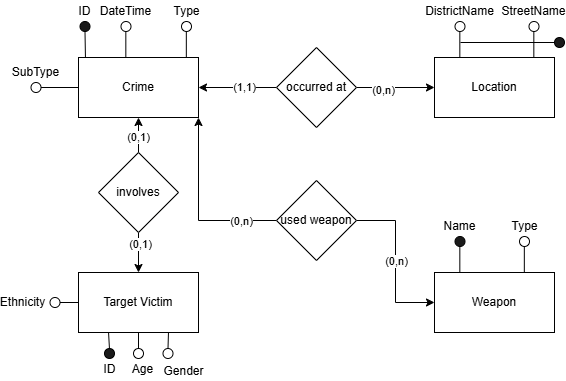
Earlier version of the draw.io export schema/adm.png (Emulars/adm-project). Source tidied: cells renumbered, new cells last; positions are measured from the earlier drawing's top-left corner, leaving out a move shared by most shapes. The source it was exported from:
```xml
<mxGraphModel>
  <root>
    <mxCell id="0" />
    <mxCell id="1" parent="0" />
    <mxCell id="2" value="Crime" style="rounded=0;whiteSpace=wrap;html=1;" parent="1" vertex="1">
      <mxGeometry x="76" y="57" width="120" height="60" as="geometry" />
    </mxCell>
    <mxCell id="3" value="Target Victim" style="rounded=0;whiteSpace=wrap;html=1;" parent="1" vertex="1">
      <mxGeometry x="76" y="272" width="120" height="60" as="geometry" />
    </mxCell>
    <mxCell id="4" value="Location" style="rounded=0;whiteSpace=wrap;html=1;" parent="1" vertex="1">
      <mxGeometry x="432" y="57" width="120" height="60" as="geometry" />
    </mxCell>
    <mxCell id="5" style="ellipse;whiteSpace=wrap;html=1;fillStyle=solid;fillColor=#1A1A1A;" parent="1" vertex="1">
      <mxGeometry x="77.5" y="21" width="10" height="10" as="geometry" />
    </mxCell>
    <mxCell id="6" value="ID" style="text;html=1;align=center;verticalAlign=middle;whiteSpace=wrap;rounded=0;" parent="1" vertex="1">
      <mxGeometry x="62" width="41" height="21" as="geometry" />
    </mxCell>
    <mxCell id="7" style="ellipse;whiteSpace=wrap;html=1;" parent="1" vertex="1">
      <mxGeometry x="118.5" y="21" width="10" height="10" as="geometry" />
    </mxCell>
    <mxCell id="8" value="DateTime" style="text;html=1;align=center;verticalAlign=middle;whiteSpace=wrap;rounded=0;" parent="1" vertex="1">
      <mxGeometry x="103" width="41" height="21" as="geometry" />
    </mxCell>
    <mxCell id="9" style="ellipse;whiteSpace=wrap;html=1;" parent="1" vertex="1">
      <mxGeometry x="179" y="21" width="10" height="10" as="geometry" />
    </mxCell>
    <mxCell id="10" value="Type" style="text;html=1;align=center;verticalAlign=middle;whiteSpace=wrap;rounded=0;" parent="1" vertex="1">
      <mxGeometry x="163.5" width="41" height="21" as="geometry" />
    </mxCell>
    <mxCell id="11" style="ellipse;whiteSpace=wrap;html=1;" parent="1" vertex="1">
      <mxGeometry x="28.5" y="82" width="10" height="10" as="geometry" />
    </mxCell>
    <mxCell id="12" value="SubType" style="text;html=1;align=center;verticalAlign=middle;whiteSpace=wrap;rounded=0;" parent="1" vertex="1">
      <mxGeometry x="13" y="61" width="41" height="21" as="geometry" />
    </mxCell>
    <mxCell id="13" value="Weapon" style="rounded=0;whiteSpace=wrap;html=1;" parent="1" vertex="1">
      <mxGeometry x="432" y="272" width="120" height="60" as="geometry" />
    </mxCell>
    <mxCell id="14" style="endArrow=none;html=1;rounded=0;entryX=0.5;entryY=1;entryDx=0;entryDy=0;exitX=0.058;exitY=0;exitDx=0;exitDy=0;exitPerimeter=0;" parent="1" edge="1" source="2" target="5">
      <mxGeometry relative="1" as="geometry" />
    </mxCell>
    <mxCell id="15" style="endArrow=none;html=1;rounded=0;entryX=0.5;entryY=1;entryDx=0;entryDy=0;exitX=0.058;exitY=0;exitDx=0;exitDy=0;exitPerimeter=0;" parent="1" edge="1">
      <mxGeometry relative="1" as="geometry">
        <mxPoint x="123.3" y="57" as="sourcePoint" />
        <mxPoint x="123.3" y="31" as="targetPoint" />
      </mxGeometry>
    </mxCell>
    <mxCell id="16" style="endArrow=none;html=1;rounded=0;entryX=0.5;entryY=1;entryDx=0;entryDy=0;exitX=0.058;exitY=0;exitDx=0;exitDy=0;exitPerimeter=0;" parent="1" edge="1">
      <mxGeometry relative="1" as="geometry">
        <mxPoint x="183.8" y="57" as="sourcePoint" />
        <mxPoint x="183.8" y="31" as="targetPoint" />
      </mxGeometry>
    </mxCell>
    <mxCell id="17" style="endArrow=none;html=1;rounded=0;exitX=0;exitY=0.5;exitDx=0;exitDy=0;entryX=1;entryY=0.5;entryDx=0;entryDy=0;" parent="1" edge="1" source="2" target="11">
      <mxGeometry relative="1" as="geometry" />
    </mxCell>
    <mxCell id="18" style="ellipse;whiteSpace=wrap;html=1;" parent="1" vertex="1">
      <mxGeometry x="517" y="236" width="10" height="10" as="geometry" />
    </mxCell>
    <mxCell id="19" value="Type" style="text;html=1;align=center;verticalAlign=middle;whiteSpace=wrap;rounded=0;" parent="1" vertex="1">
      <mxGeometry x="501.5" y="215" width="41" height="21" as="geometry" />
    </mxCell>
    <mxCell id="20" style="endArrow=none;html=1;rounded=0;entryX=0.5;entryY=1;entryDx=0;entryDy=0;exitX=0.058;exitY=0;exitDx=0;exitDy=0;exitPerimeter=0;" parent="1" edge="1">
      <mxGeometry relative="1" as="geometry">
        <mxPoint x="521.8" y="272" as="sourcePoint" />
        <mxPoint x="521.8" y="246" as="targetPoint" />
      </mxGeometry>
    </mxCell>
    <mxCell id="21" style="ellipse;whiteSpace=wrap;html=1;fillStyle=solid;fillColor=none;" parent="1" vertex="1">
      <mxGeometry x="452.5" y="21" width="10" height="10" as="geometry" />
    </mxCell>
    <mxCell id="22" value="DistrictName" style="text;html=1;align=center;verticalAlign=middle;whiteSpace=wrap;rounded=0;" parent="1" vertex="1">
      <mxGeometry x="437" width="41" height="21" as="geometry" />
    </mxCell>
    <mxCell id="23" style="endArrow=none;html=1;rounded=0;entryX=0.5;entryY=1;entryDx=0;entryDy=0;exitX=0.058;exitY=0;exitDx=0;exitDy=0;exitPerimeter=0;" parent="1" edge="1">
      <mxGeometry relative="1" as="geometry">
        <mxPoint x="457.3" y="57" as="sourcePoint" />
        <mxPoint x="457.3" y="31" as="targetPoint" />
      </mxGeometry>
    </mxCell>
    <mxCell id="24" style="ellipse;whiteSpace=wrap;html=1;fillStyle=solid;fillColor=#1A1A1A;" parent="1" vertex="1">
      <mxGeometry x="452.5" y="236" width="10" height="10" as="geometry" />
    </mxCell>
    <mxCell id="25" value="Name" style="text;html=1;align=center;verticalAlign=middle;whiteSpace=wrap;rounded=0;" parent="1" vertex="1">
      <mxGeometry x="437" y="215" width="41" height="21" as="geometry" />
    </mxCell>
    <mxCell id="26" style="endArrow=none;html=1;rounded=0;entryX=0.5;entryY=1;entryDx=0;entryDy=0;exitX=0.058;exitY=0;exitDx=0;exitDy=0;exitPerimeter=0;" parent="1" edge="1">
      <mxGeometry relative="1" as="geometry">
        <mxPoint x="457.3" y="272" as="sourcePoint" />
        <mxPoint x="457.3" y="246" as="targetPoint" />
      </mxGeometry>
    </mxCell>
    <mxCell id="27" style="ellipse;whiteSpace=wrap;html=1;fillStyle=solid;fillColor=#1A1A1A;" parent="1" vertex="1">
      <mxGeometry x="102" y="348" width="10" height="10" as="geometry" />
    </mxCell>
    <mxCell id="28" value="ID" style="text;html=1;align=center;verticalAlign=middle;whiteSpace=wrap;rounded=0;" parent="1" vertex="1">
      <mxGeometry x="86.5" y="358" width="41" height="21" as="geometry" />
    </mxCell>
    <mxCell id="29" style="ellipse;whiteSpace=wrap;html=1;" parent="1" vertex="1">
      <mxGeometry x="131" y="348" width="10" height="10" as="geometry" />
    </mxCell>
    <mxCell id="30" value="Age" style="text;html=1;align=center;verticalAlign=middle;whiteSpace=wrap;rounded=0;" parent="1" vertex="1">
      <mxGeometry x="119.5" y="358" width="41" height="21" as="geometry" />
    </mxCell>
    <mxCell id="31" style="ellipse;whiteSpace=wrap;html=1;" parent="1" vertex="1">
      <mxGeometry x="160.5" y="348" width="10" height="10" as="geometry" />
    </mxCell>
    <mxCell id="32" value="Ethnicity" style="text;html=1;align=center;verticalAlign=middle;whiteSpace=wrap;rounded=0;" parent="1" vertex="1">
      <mxGeometry y="291.5" width="41" height="21" as="geometry" />
    </mxCell>
    <mxCell id="33" style="endArrow=none;html=1;rounded=0;entryX=0.5;entryY=1;entryDx=0;entryDy=0;exitX=0.5;exitY=0;exitDx=0;exitDy=0;" parent="1" edge="1" source="29" target="3">
      <mxGeometry relative="1" as="geometry" />
    </mxCell>
    <mxCell id="34" style="ellipse;whiteSpace=wrap;html=1;" parent="1" vertex="1">
      <mxGeometry x="47.5" y="297" width="10" height="10" as="geometry" />
    </mxCell>
    <mxCell id="35" value="Gender" style="text;html=1;align=center;verticalAlign=middle;whiteSpace=wrap;rounded=0;" parent="1" vertex="1">
      <mxGeometry x="160.5" y="360" width="41" height="21" as="geometry" />
    </mxCell>
    <mxCell id="36" style="endArrow=none;html=1;rounded=0;entryX=1;entryY=0.5;entryDx=0;entryDy=0;exitX=0;exitY=0.5;exitDx=0;exitDy=0;" parent="1" edge="1" source="3" target="34">
      <mxGeometry relative="1" as="geometry" />
    </mxCell>
    <mxCell id="37" style="ellipse;whiteSpace=wrap;html=1;fillStyle=solid;fillColor=none;" parent="1" vertex="1">
      <mxGeometry x="526.5" y="21" width="10" height="10" as="geometry" />
    </mxCell>
    <mxCell id="38" value="StreetName" style="text;html=1;align=center;verticalAlign=middle;whiteSpace=wrap;rounded=0;" parent="1" vertex="1">
      <mxGeometry x="511" width="41" height="21" as="geometry" />
    </mxCell>
    <mxCell id="39" style="endArrow=none;html=1;rounded=0;entryX=0.5;entryY=1;entryDx=0;entryDy=0;exitX=0.058;exitY=0;exitDx=0;exitDy=0;exitPerimeter=0;" parent="1" edge="1">
      <mxGeometry relative="1" as="geometry">
        <mxPoint x="531.3" y="57" as="sourcePoint" />
        <mxPoint x="531.3" y="31" as="targetPoint" />
      </mxGeometry>
    </mxCell>
    <mxCell id="40" style="edgeStyle=orthogonalEdgeStyle;rounded=0;jettySize=auto;html=1;entryX=1;entryY=0.5;entryDx=0;entryDy=0;" parent="1" edge="1" source="44" target="2">
      <mxGeometry relative="1" as="geometry" />
    </mxCell>
    <mxCell id="41" value="(1,1)" style="edgeLabel;html=1;align=center;verticalAlign=middle;" parent="40" vertex="1">
      <mxGeometry x="-0.15" y="-1" relative="1" as="geometry" />
    </mxCell>
    <mxCell id="42" style="edgeStyle=orthogonalEdgeStyle;rounded=0;jettySize=auto;html=1;entryX=0;entryY=0.5;entryDx=0;entryDy=0;" parent="1" edge="1" source="44" target="4">
      <mxGeometry relative="1" as="geometry" />
    </mxCell>
    <mxCell id="43" value="(0,n)" style="edgeLabel;html=1;align=center;verticalAlign=middle;" parent="42" vertex="1">
      <mxGeometry x="-0.32" y="-2" relative="1" as="geometry" />
    </mxCell>
    <mxCell id="44" value="occurred at" style="rhombus;whiteSpace=wrap;html=1;" parent="1" vertex="1">
      <mxGeometry x="274" y="47" width="80" height="80" as="geometry" />
    </mxCell>
    <mxCell id="45" style="endArrow=none;html=1;rounded=0;entryX=0.25;entryY=1;entryDx=0;entryDy=0;exitX=0.5;exitY=0;exitDx=0;exitDy=0;" parent="1" edge="1" source="27" target="3">
      <mxGeometry relative="1" as="geometry" />
    </mxCell>
    <mxCell id="46" style="endArrow=none;html=1;rounded=0;entryX=0.75;entryY=1;entryDx=0;entryDy=0;exitX=0.5;exitY=0;exitDx=0;exitDy=0;" parent="1" edge="1" source="31" target="3">
      <mxGeometry relative="1" as="geometry" />
    </mxCell>
    <mxCell id="47" style="edgeStyle=orthogonalEdgeStyle;rounded=0;jettySize=auto;html=1;entryX=0.5;entryY=1;entryDx=0;entryDy=0;" parent="1" edge="1" source="51" target="2">
      <mxGeometry relative="1" as="geometry" />
    </mxCell>
    <mxCell id="48" value="(0,1)" style="edgeLabel;html=1;align=center;verticalAlign=middle;" parent="47" vertex="1">
      <mxGeometry x="0.17" y="1" relative="1" as="geometry" />
    </mxCell>
    <mxCell id="49" style="edgeStyle=orthogonalEdgeStyle;rounded=0;jettySize=auto;html=1;" parent="1" edge="1" source="51" target="3">
      <mxGeometry relative="1" as="geometry" />
    </mxCell>
    <mxCell id="50" value="(0,1)" style="edgeLabel;html=1;align=center;verticalAlign=middle;" parent="49" vertex="1">
      <mxGeometry x="-0.46" y="1" relative="1" as="geometry" />
    </mxCell>
    <mxCell id="51" value="involves" style="rhombus;whiteSpace=wrap;html=1;" parent="1" vertex="1">
      <mxGeometry x="96" y="152" width="80" height="80" as="geometry" />
    </mxCell>
    <mxCell id="52" style="edgeStyle=orthogonalEdgeStyle;rounded=0;jettySize=auto;html=1;entryX=1;entryY=1;entryDx=0;entryDy=0;" parent="1" edge="1" source="56" target="2">
      <mxGeometry relative="1" as="geometry" />
    </mxCell>
    <mxCell id="53" value="(0,n)" style="edgeLabel;html=1;align=center;verticalAlign=middle;" parent="52" vertex="1">
      <mxGeometry x="-0.61" relative="1" as="geometry" />
    </mxCell>
    <mxCell id="54" style="edgeStyle=orthogonalEdgeStyle;rounded=0;jettySize=auto;html=1;entryX=0;entryY=0.5;entryDx=0;entryDy=0;" parent="1" edge="1" source="56" target="13">
      <mxGeometry relative="1" as="geometry" />
    </mxCell>
    <mxCell id="55" value="(0,n)" style="edgeLabel;html=1;align=center;verticalAlign=middle;" parent="54" vertex="1">
      <mxGeometry x="-0.01" relative="1" as="geometry" />
    </mxCell>
    <mxCell id="56" value="used weapon" style="rhombus;whiteSpace=wrap;html=1;" parent="1" vertex="1">
      <mxGeometry x="274" y="180" width="80" height="80" as="geometry" />
    </mxCell>
    <mxCell id="57" style="ellipse;whiteSpace=wrap;html=1;fillStyle=solid;fillColor=#1A1A1A;" parent="1" vertex="1">
      <mxGeometry x="552" y="37" width="10" height="10" as="geometry" />
    </mxCell>
    <mxCell id="58" style="endArrow=none;html=1;rounded=0;entryX=0;entryY=0.5;entryDx=0;entryDy=0;" parent="1" edge="1" target="57">
      <mxGeometry relative="1" as="geometry">
        <mxPoint x="458" y="42" as="sourcePoint" />
      </mxGeometry>
    </mxCell>
  </root>
</mxGraphModel>
```
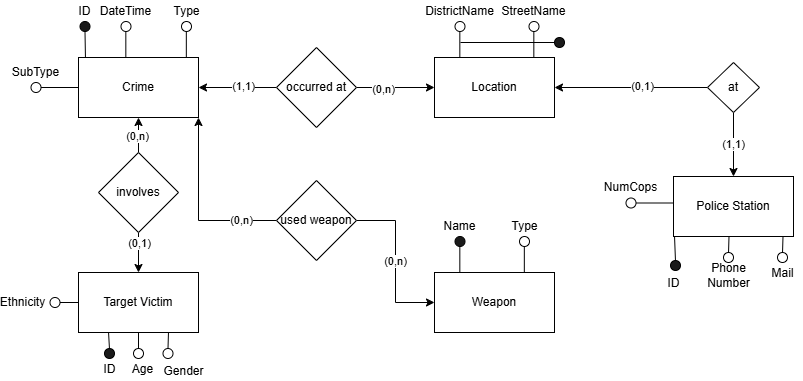
Above is the later version.

What changed in the source:
```diff
@@ -158,7 +158,7 @@
     <mxCell id="47" style="edgeStyle=orthogonalEdgeStyle;rounded=0;jettySize=auto;html=1;entryX=0.5;entryY=1;entryDx=0;entryDy=0;" parent="1" edge="1" source="51" target="2">
       <mxGeometry relative="1" as="geometry" />
     </mxCell>
-    <mxCell id="48" value="(0,1)" style="edgeLabel;html=1;align=center;verticalAlign=middle;" parent="47" vertex="1">
+    <mxCell id="48" value="(0,n)" style="edgeLabel;html=1;align=center;verticalAlign=middle;" parent="47" vertex="1">
       <mxGeometry x="0.17" y="1" relative="1" as="geometry" />
     </mxCell>
     <mxCell id="49" style="edgeStyle=orthogonalEdgeStyle;rounded=0;jettySize=auto;html=1;" parent="1" edge="1" source="51" target="3">
@@ -193,5 +193,67 @@
         <mxPoint x="458" y="42" as="sourcePoint" />
       </mxGeometry>
     </mxCell>
+    <mxCell id="59" value="Police Station" style="rounded=0;whiteSpace=wrap;html=1;" parent="1" vertex="1">
+      <mxGeometry x="671" y="176" width="120" height="60" as="geometry" />
+    </mxCell>
+    <mxCell id="60" style="edgeStyle=orthogonalEdgeStyle;rounded=0;jettySize=auto;html=1;entryX=1;entryY=0.5;entryDx=0;entryDy=0;" parent="1" edge="1" source="64" target="4">
+      <mxGeometry relative="1" as="geometry" />
+    </mxCell>
+    <mxCell id="61" value="(0,1)" style="edgeLabel;html=1;align=center;verticalAlign=middle;" parent="60" vertex="1">
+      <mxGeometry x="-0.14" y="-1" relative="1" as="geometry" />
+    </mxCell>
+    <mxCell id="62" style="edgeStyle=orthogonalEdgeStyle;rounded=0;jettySize=auto;html=1;" parent="1" edge="1" source="64" target="59">
+      <mxGeometry relative="1" as="geometry" />
+    </mxCell>
+    <mxCell id="63" value="(1,1)" style="edgeLabel;html=1;align=center;verticalAlign=middle;" parent="62" vertex="1">
+      <mxGeometry x="-0.02" relative="1" as="geometry" />
+    </mxCell>
+    <mxCell id="64" value="at" style="rhombus;whiteSpace=wrap;html=1;" parent="1" vertex="1">
+      <mxGeometry x="705" y="62" width="52" height="50" as="geometry" />
+    </mxCell>
+    <mxCell id="65" style="ellipse;whiteSpace=wrap;html=1;fillStyle=solid;fillColor=#1A1A1A;" parent="1" vertex="1">
+      <mxGeometry x="668" y="260" width="10" height="10" as="geometry" />
+    </mxCell>
+    <mxCell id="66" style="endArrow=none;html=1;rounded=0;entryX=0.25;entryY=1;entryDx=0;entryDy=0;exitX=0.5;exitY=0;exitDx=0;exitDy=0;" parent="1" edge="1" source="65">
+      <mxGeometry relative="1" as="geometry">
+        <mxPoint x="672" y="236" as="targetPoint" />
+      </mxGeometry>
+    </mxCell>
+    <mxCell id="67" value="ID" style="text;html=1;align=center;verticalAlign=middle;whiteSpace=wrap;rounded=0;" parent="1" vertex="1">
+      <mxGeometry x="651" y="272" width="41" height="21" as="geometry" />
+    </mxCell>
+    <mxCell id="68" style="ellipse;whiteSpace=wrap;html=1;" parent="1" vertex="1">
+      <mxGeometry x="721" y="252" width="10" height="10" as="geometry" />
+    </mxCell>
+    <mxCell id="69" value="Phone&lt;div&gt;Number&lt;/div&gt;" style="text;html=1;align=center;verticalAlign=middle;whiteSpace=wrap;rounded=0;" parent="1" vertex="1">
+      <mxGeometry x="705.5" y="264" width="41" height="21" as="geometry" />
+    </mxCell>
+    <mxCell id="70" style="endArrow=none;html=1;rounded=0;entryX=0.75;entryY=1;entryDx=0;entryDy=0;exitX=0.5;exitY=0;exitDx=0;exitDy=0;" parent="1" edge="1" source="68">
+      <mxGeometry relative="1" as="geometry">
+        <mxPoint x="726.5" y="236" as="targetPoint" />
+      </mxGeometry>
+    </mxCell>
+    <mxCell id="71" style="ellipse;whiteSpace=wrap;html=1;" parent="1" vertex="1">
+      <mxGeometry x="775" y="252" width="10" height="10" as="geometry" />
+    </mxCell>
+    <mxCell id="72" value="Mail" style="text;html=1;align=center;verticalAlign=middle;whiteSpace=wrap;rounded=0;" parent="1" vertex="1">
+      <mxGeometry x="759.5" y="262" width="41" height="21" as="geometry" />
+    </mxCell>
+    <mxCell id="73" style="endArrow=none;html=1;rounded=0;entryX=0.75;entryY=1;entryDx=0;entryDy=0;exitX=0.5;exitY=0;exitDx=0;exitDy=0;" parent="1" edge="1" source="71">
+      <mxGeometry relative="1" as="geometry">
+        <mxPoint x="780.5" y="236" as="targetPoint" />
+      </mxGeometry>
+    </mxCell>
+    <mxCell id="74" style="ellipse;whiteSpace=wrap;html=1;" parent="1" vertex="1">
+      <mxGeometry x="623.5" y="197.5" width="10" height="10" as="geometry" />
+    </mxCell>
+    <mxCell id="75" value="NumCops" style="text;html=1;align=center;verticalAlign=middle;whiteSpace=wrap;rounded=0;" parent="1" vertex="1">
+      <mxGeometry x="608" y="176.5" width="41" height="21" as="geometry" />
+    </mxCell>
+    <mxCell id="76" style="endArrow=none;html=1;rounded=0;exitX=0;exitY=0.5;exitDx=0;exitDy=0;entryX=1;entryY=0.5;entryDx=0;entryDy=0;" parent="1" edge="1" target="74">
+      <mxGeometry relative="1" as="geometry">
+        <mxPoint x="671" y="202.5" as="sourcePoint" />
+      </mxGeometry>
+    </mxCell>
   </root>
 </mxGraphModel>
```
